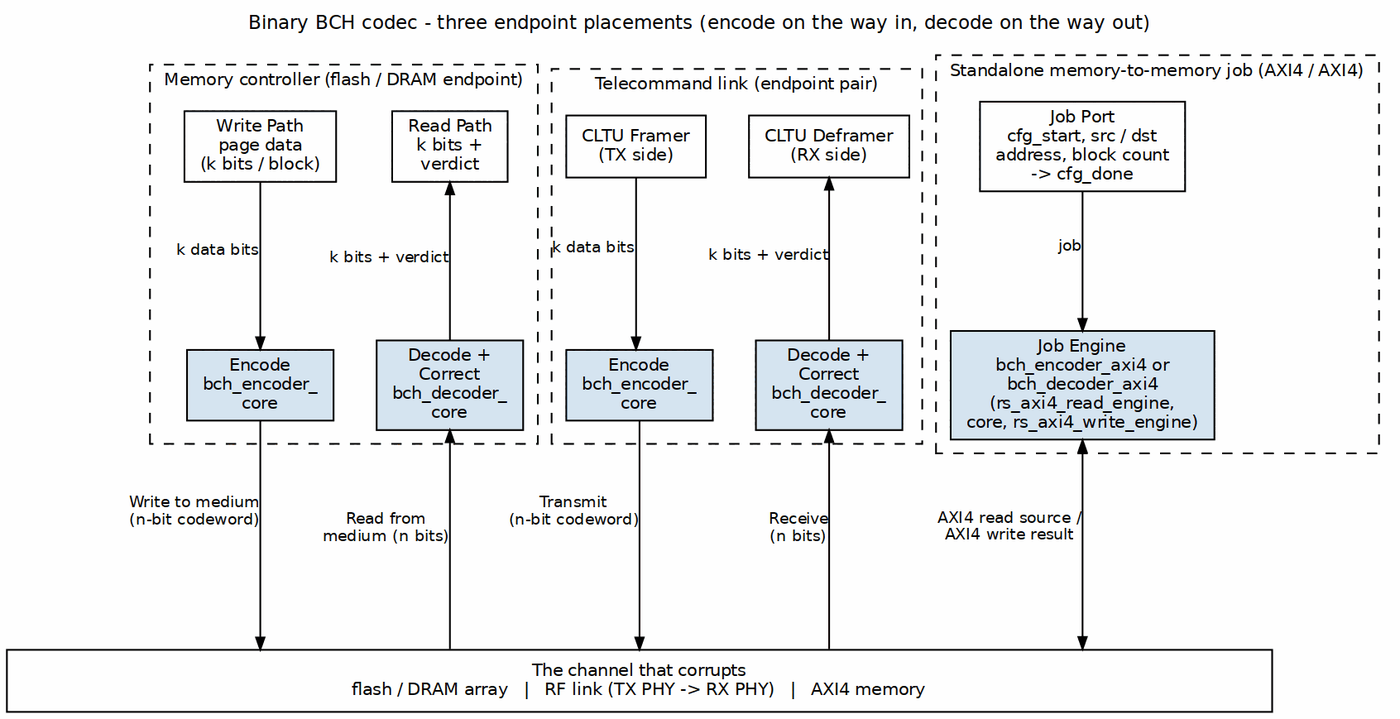
sean-galloway/RTLDesignSherpa keeps this Graphviz diagram as projects/components/ecc-ip/bch/docs/bch_has/assets/graphviz/bch_system_context.png. Above is the earlier version. Its source is kept beside it as projects/components/ecc-ip/bch/docs/bch_has/assets/graphviz/bch_system_context.dot. The source it was exported from:
```dot
digraph bch_system_context {
    graph [rankdir=TB, bgcolor="white", fontname="Helvetica", fontsize=11,
           nodesep="0.35", ranksep="0.55", splines=ortho, newrank=true,
           labelloc=t, labeljust=c];
    node  [fontname="Helvetica", fontsize=10, shape=box, style=filled,
           fillcolor="#D6E4F0", color="black", margin="0.12,0.06"];
    edge  [fontname="Helvetica", fontsize=9, color="black", arrowsize=0.7];
    label="Binary BCH codec - three endpoint placements (encode on the way in, decode on the way out)";

    subgraph cluster_mc {
        label="Memory controller (flash / DRAM endpoint)"; style=dashed; fontsize=10;
        mc_wr  [label="Write Path\npage data\n(k bits / block)", fillcolor="white", group=A];
        mc_rd  [label="Read Path\nk bits +\nverdict", fillcolor="white", group=B];
        mc_enc [label="Encode\nbch_encoder_\ncore", group=A];
        mc_dec [label="Decode +\nCorrect\nbch_decoder_\ncore", group=B];
    }
    subgraph cluster_tc {
        label="Telecommand link (endpoint pair)"; style=dashed; fontsize=10;
        tc_fr  [label="CLTU Framer\n(TX side)", fillcolor="white", group=C];
        tc_df  [label="CLTU Deframer\n(RX side)", fillcolor="white", group=D];
        tc_enc [label="Encode\nbch_encoder_\ncore", group=C];
        tc_dec [label="Decode +\nCorrect\nbch_decoder_\ncore", group=D];
    }
    subgraph cluster_sa {
        label="Standalone memory-to-memory job (AXI4 / AXI4)"; style=dashed; fontsize=10;
        sa_cfg [label="Job Port\ncfg_start, src / dst\naddress, block count\n-> cfg_done", fillcolor="white", group=E];
        sa_top [label="Job Engine\nbch_encoder_axi4 or\nbch_decoder_axi4\n(rs_axi4_read_engine,\ncore, rs_axi4_write_engine)", group=E];
    }

    bar [label="The channel that corrupts\nflash / DRAM array   |   RF link (TX PHY -> RX PHY)   |   AXI4 memory",
         fillcolor="white", width=10.2];

    mc_wr  -> mc_enc [minlen=2, xlabel="k data bits"];
    mc_enc -> bar    [minlen=3, xlabel="Write to medium\n(n-bit codeword)"];
    mc_dec -> bar    [minlen=3, dir=back, xlabel="Read from\nmedium (n bits)"];
    mc_rd  -> mc_dec [dir=back, xlabel="k bits + verdict"];

    tc_fr  -> tc_enc [minlen=2, xlabel="k data bits"];
    tc_enc -> bar    [minlen=3, xlabel="Transmit\n(n-bit codeword)"];
    tc_dec -> bar    [minlen=3, dir=back, xlabel="Receive\n(n bits)"];
    tc_df  -> tc_dec [dir=back, xlabel="k bits + verdict"];

    sa_cfg -> sa_top [minlen=2, xlabel="job"];
    sa_top -> bar    [minlen=3, dir=both, xlabel="AXI4 read source /\nAXI4 write result"];

    { rank=same; mc_wr; mc_rd; tc_fr; tc_df; sa_cfg; }
    { rank=same; mc_enc; mc_dec; tc_enc; tc_dec; sa_top; }
    mc_wr -> mc_rd -> tc_fr -> tc_df -> sa_cfg [style=invis];
}
```
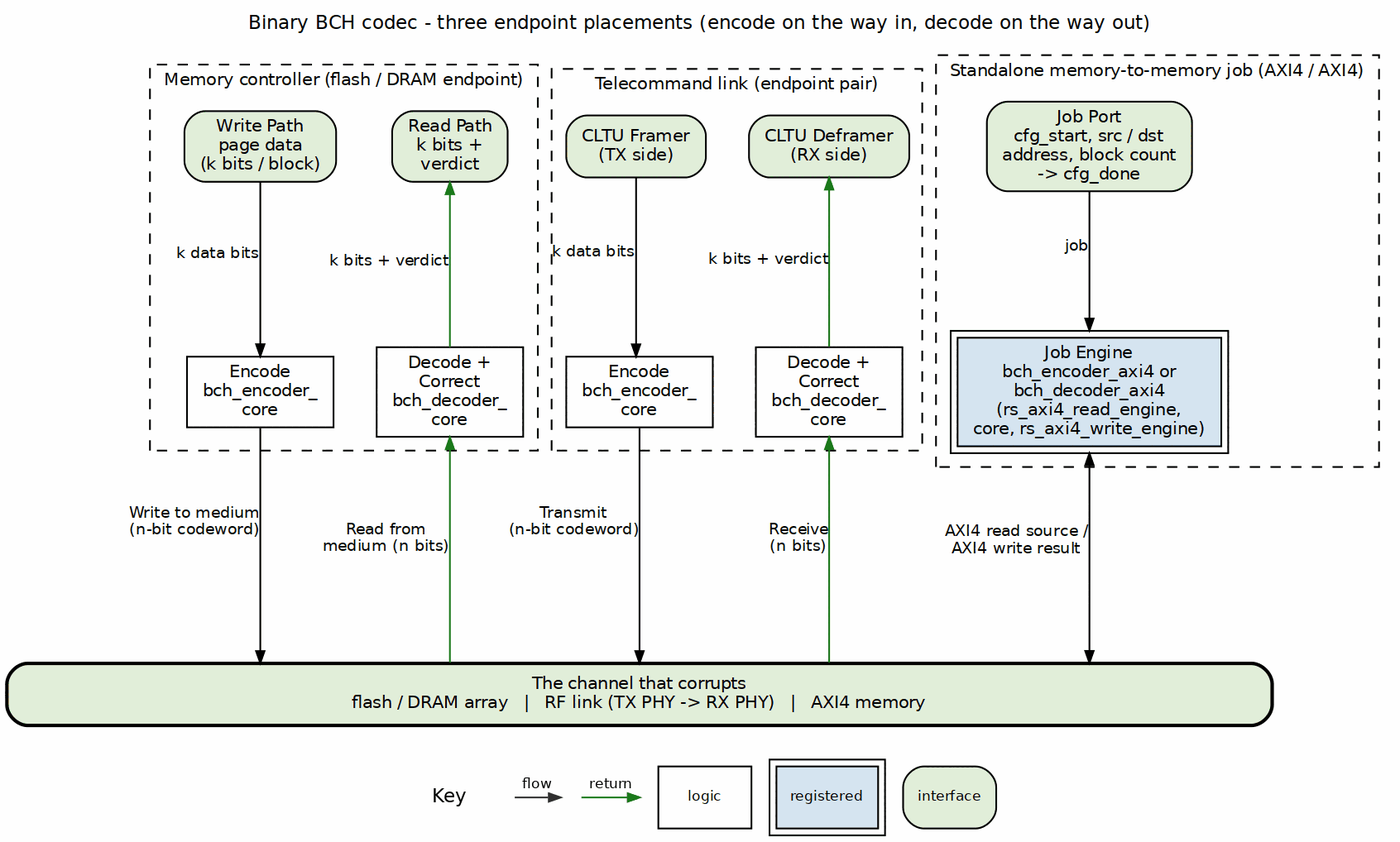
Later version of the same file.

What changed in the source:
```diff
@@ -3,42 +3,42 @@
            nodesep="0.35", ranksep="0.55", splines=ortho, newrank=true,
            labelloc=t, labeljust=c];
     node  [fontname="Helvetica", fontsize=10, shape=box, style=filled,
-           fillcolor="#D6E4F0", color="black", margin="0.12,0.06"];
+           fillcolor="white", color="black", margin="0.12,0.06"];
     edge  [fontname="Helvetica", fontsize=9, color="black", arrowsize=0.7];
     label="Binary BCH codec - three endpoint placements (encode on the way in, decode on the way out)";
 
     subgraph cluster_mc {
         label="Memory controller (flash / DRAM endpoint)"; style=dashed; fontsize=10;
-        mc_wr  [label="Write Path\npage data\n(k bits / block)", fillcolor="white", group=A];
-        mc_rd  [label="Read Path\nk bits +\nverdict", fillcolor="white", group=B];
-        mc_enc [label="Encode\nbch_encoder_\ncore", group=A];
-        mc_dec [label="Decode +\nCorrect\nbch_decoder_\ncore", group=B];
+        mc_wr  [label="Write Path\npage data\n(k bits / block)", fillcolor="white", group=A, style="rounded,filled", fillcolor="#E2EFDA"];
+        mc_rd  [label="Read Path\nk bits +\nverdict", fillcolor="white", group=B, style="rounded,filled", fillcolor="#E2EFDA"];
+        mc_enc [label="Encode\nbch_encoder_\ncore", group=A, style="filled", fillcolor="white"];
+        mc_dec [label="Decode +\nCorrect\nbch_decoder_\ncore", group=B, style="filled", fillcolor="white"];
     }
     subgraph cluster_tc {
         label="Telecommand link (endpoint pair)"; style=dashed; fontsize=10;
-        tc_fr  [label="CLTU Framer\n(TX side)", fillcolor="white", group=C];
-        tc_df  [label="CLTU Deframer\n(RX side)", fillcolor="white", group=D];
-        tc_enc [label="Encode\nbch_encoder_\ncore", group=C];
-        tc_dec [label="Decode +\nCorrect\nbch_decoder_\ncore", group=D];
+        tc_fr  [label="CLTU Framer\n(TX side)", fillcolor="white", group=C, style="rounded,filled", fillcolor="#E2EFDA"];
+        tc_df  [label="CLTU Deframer\n(RX side)", fillcolor="white", group=D, style="rounded,filled", fillcolor="#E2EFDA"];
+        tc_enc [label="Encode\nbch_encoder_\ncore", group=C, style="filled", fillcolor="white"];
+        tc_dec [label="Decode +\nCorrect\nbch_decoder_\ncore", group=D, style="filled", fillcolor="white"];
     }
     subgraph cluster_sa {
         label="Standalone memory-to-memory job (AXI4 / AXI4)"; style=dashed; fontsize=10;
-        sa_cfg [label="Job Port\ncfg_start, src / dst\naddress, block count\n-> cfg_done", fillcolor="white", group=E];
-        sa_top [label="Job Engine\nbch_encoder_axi4 or\nbch_decoder_axi4\n(rs_axi4_read_engine,\ncore, rs_axi4_write_engine)", group=E];
+        sa_cfg [label="Job Port\ncfg_start, src / dst\naddress, block count\n-> cfg_done", fillcolor="white", group=E, style="rounded,filled", fillcolor="#E2EFDA"];
+        sa_top [label="Job Engine\nbch_encoder_axi4 or\nbch_decoder_axi4\n(rs_axi4_read_engine,\ncore, rs_axi4_write_engine)", group=E, peripheries=2, style="filled", fillcolor="#D6E4F0"];
     }
 
     bar [label="The channel that corrupts\nflash / DRAM array   |   RF link (TX PHY -> RX PHY)   |   AXI4 memory",
-         fillcolor="white", width=10.2];
+         fillcolor="white", width=10.2, style="rounded,filled,bold", fillcolor="#E2EFDA"];
 
     mc_wr  -> mc_enc [minlen=2, xlabel="k data bits"];
     mc_enc -> bar    [minlen=3, xlabel="Write to medium\n(n-bit codeword)"];
-    mc_dec -> bar    [minlen=3, dir=back, xlabel="Read from\nmedium (n bits)"];
-    mc_rd  -> mc_dec [dir=back, xlabel="k bits + verdict"];
+    mc_dec -> bar    [color="#1A7A1A", minlen=3, dir=back, xlabel="Read from\nmedium (n bits)"];
+    mc_rd  -> mc_dec [color="#1A7A1A", dir=back, xlabel="k bits + verdict"];
 
     tc_fr  -> tc_enc [minlen=2, xlabel="k data bits"];
     tc_enc -> bar    [minlen=3, xlabel="Transmit\n(n-bit codeword)"];
-    tc_dec -> bar    [minlen=3, dir=back, xlabel="Receive\n(n bits)"];
-    tc_df  -> tc_dec [dir=back, xlabel="k bits + verdict"];
+    tc_dec -> bar    [color="#1A7A1A", minlen=3, dir=back, xlabel="Receive\n(n bits)"];
+    tc_df  -> tc_dec [color="#1A7A1A", dir=back, xlabel="k bits + verdict"];
 
     sa_cfg -> sa_top [minlen=2, xlabel="job"];
     sa_top -> bar    [minlen=3, dir=both, xlabel="AXI4 read source /\nAXI4 write result"];
```
